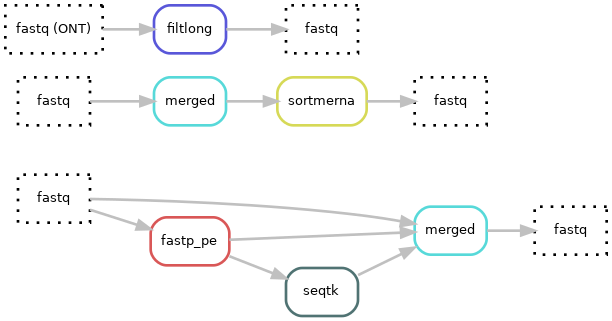
This is docs/images/all.png from hydra-genetics/prealignment, a Graphviz export, as it was before one commit. Its source is kept beside it as docs/images/all.dot.
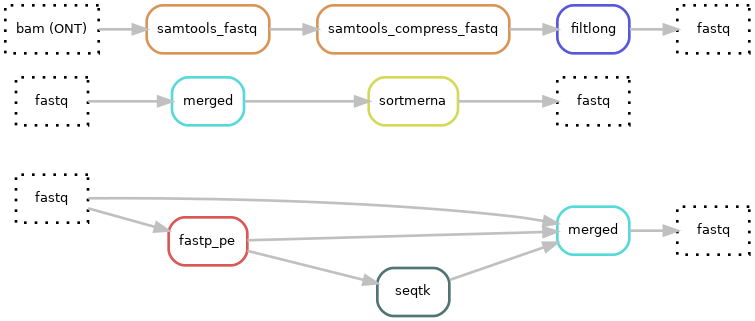
Above is the later version.

Change to the diagram source:
```diff
@@ -12,8 +12,10 @@
 	2[label = "fastp_pe", color = "0.00 0.6 0.85", style="rounded"];
 	4[label = "seqtk", color = "0.50 0.3 0.45", style="rounded"];
 	3[label = "sortmerna", color = "0.17 0.6 0.85", style="rounded"];
-	30[label = "fastq (ONT)", color = "0.0 0.0 0.0", style="dotted"];
+	30[label = "bam (ONT)", color = "0.0 0.0 0.0", style="dotted"];
 	31[label = "fastq", color = "0.0 0.0 0.0", style="dotted"];
+	7[label = "samtools_fastq", color = "0.08 0.6 0.85", style="rounded"];
+	8[label = "samtools_compress_fastq", color = "0.08 0.6 0.85", style="rounded"];
 	5[label = "filtlong", color = "0.67 0.6 0.85", style="rounded"];
 	0 -> 2
 	0 -> 1
@@ -24,6 +26,8 @@
 	20 -> 21
 	21 -> 3
 	3 -> 11
-	30 -> 5
+	30 -> 7
+	7 -> 8
+	8 -> 5
 	5 -> 31
 }
```
